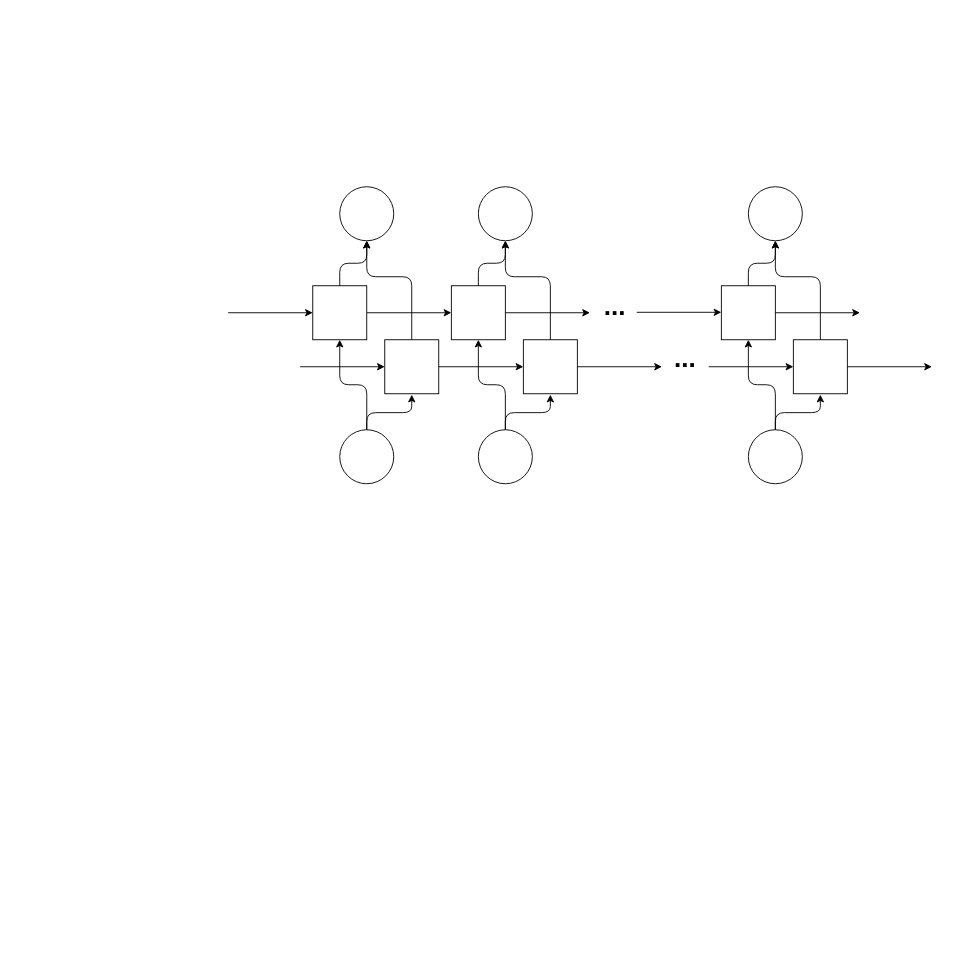
ByronGe/ff keeps this draw.io diagram as BLSTM示意图.drawio. Above is the earlier version. Source tidied: cells renumbered, new cells numbered last; positions are measured from the earlier drawing's top-left corner, leaving out a move shared by most shapes. Both pictures are drawn from the tidied source at 90%, with x=0, y=0 at pixel (228, 186).
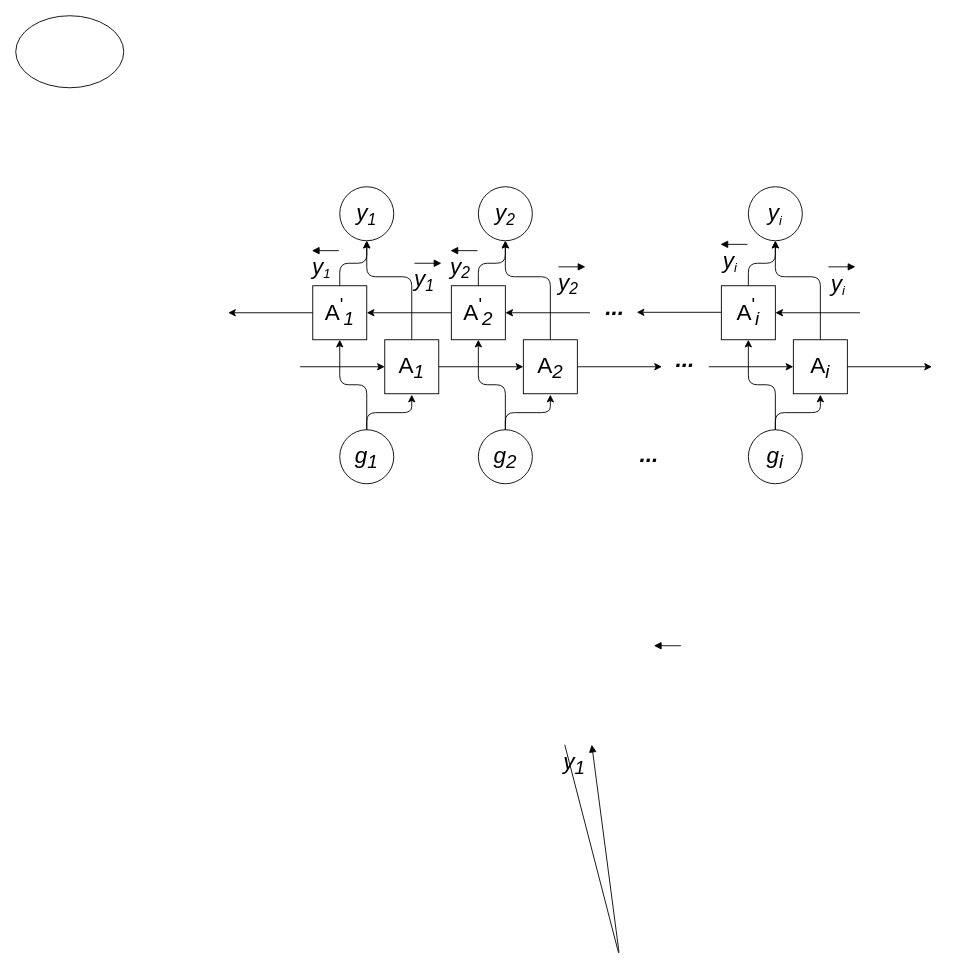
The same page after the edit.

Change to the diagram source:
```diff
@@
+    <mxCell id="38" style="html=1;verticalAlign=bottom;endArrow=block;fontSize=25;" parent="1" edge="1">
+      <mxGeometry relative="1" as="geometry">
+        <mxPoint x="207" y="85" as="sourcePoint" />
+        <mxPoint x="237" y="85" as="targetPoint" />
+      </mxGeometry>
+    </mxCell>
-    <mxCell id="2" style="ellipse;whiteSpace=wrap;html=1;" parent="1" vertex="1">
+    <mxCell id="2" value="g&lt;sub&gt;1&lt;/sub&gt;" style="ellipse;whiteSpace=wrap;html=1;fontSize=25;fontStyle=2;" parent="1" vertex="1">
       <mxGeometry x="124" y="270" width="60" height="60" as="geometry" />
     </mxCell>
-    <mxCell id="3" style="edgeStyle=orthogonalEdgeStyle;rounded=0;jettySize=auto;html=1;entryX=0;entryY=0.5;entryDx=0;entryDy=0;" parent="1" edge="1" source="4" target="12">
+    <mxCell id="3" style="edgeStyle=orthogonalEdgeStyle;rounded=0;jettySize=auto;html=1;fontSize=25;fontStyle=2;exitX=0;exitY=0.5;exitDx=0;exitDy=0;" parent="1" edge="1" source="12" target="4">
       <mxGeometry relative="1" as="geometry" />
     </mxCell>
-    <mxCell id="4" style="whiteSpace=wrap;html=1;" parent="1" vertex="1">
+    <mxCell id="4" style="whiteSpace=wrap;html=1;fontSize=25;fontStyle=2;" parent="1" vertex="1">
       <mxGeometry x="94" y="110" width="60" height="60" as="geometry" />
     </mxCell>
-    <mxCell id="5" style="whiteSpace=wrap;html=1;" parent="1" vertex="1">
+    <mxCell id="5" style="whiteSpace=wrap;html=1;fontSize=25;fontStyle=2;" parent="1" vertex="1">
       <mxGeometry x="174" y="170" width="60" height="60" as="geometry" />
     </mxCell>
-    <mxCell id="6" style="edgeStyle=elbowEdgeStyle;elbow=vertical;endArrow=classic;html=1;" parent="1" edge="1">
+    <mxCell id="6" style="edgeStyle=elbowEdgeStyle;elbow=vertical;endArrow=classic;html=1;fontSize=25;fontStyle=2;" parent="1" edge="1">
       <mxGeometry relative="1" as="geometry">
         <mxPoint x="154" y="270" as="sourcePoint" />
         <mxPoint x="204" y="231" as="targetPoint" />
       </mxGeometry>
     </mxCell>
-    <mxCell id="7" style="edgeStyle=elbowEdgeStyle;elbow=vertical;endArrow=classic;html=1;" parent="1" edge="1">
+    <mxCell id="7" style="edgeStyle=elbowEdgeStyle;elbow=vertical;endArrow=classic;html=1;fontSize=25;fontStyle=2;" parent="1" edge="1">
       <mxGeometry relative="1" as="geometry">
         <mxPoint x="154" y="270" as="sourcePoint" />
         <mxPoint x="124" y="170" as="targetPoint" />
       </mxGeometry>
     </mxCell>
-    <mxCell id="8" style="edgeStyle=elbowEdgeStyle;elbow=vertical;endArrow=classic;html=1;" parent="1" edge="1">
+    <mxCell id="8" style="edgeStyle=elbowEdgeStyle;elbow=vertical;endArrow=classic;html=1;fontSize=25;fontStyle=2;" parent="1" edge="1">
       <mxGeometry relative="1" as="geometry">
         <mxPoint x="124" y="110" as="sourcePoint" />
         <mxPoint x="154" y="60" as="targetPoint" />
       </mxGeometry>
     </mxCell>
-    <mxCell id="9" style="edgeStyle=elbowEdgeStyle;elbow=vertical;endArrow=classic;html=1;" parent="1" edge="1">
+    <mxCell id="9" style="edgeStyle=elbowEdgeStyle;elbow=vertical;endArrow=classic;html=1;fontSize=25;fontStyle=2;" parent="1" edge="1">
       <mxGeometry relative="1" as="geometry">
         <mxPoint x="204" y="170" as="sourcePoint" />
         <mxPoint x="154" y="60" as="targetPoint" />
         <Array as="points">
           <mxPoint x="184" y="100" />
         </Array>
       </mxGeometry>
     </mxCell>
-    <mxCell id="10" style="ellipse;whiteSpace=wrap;html=1;" parent="1" vertex="1">
+    <mxCell id="10" style="ellipse;whiteSpace=wrap;html=1;fontSize=25;fontStyle=2;" parent="1" vertex="1">
       <mxGeometry x="124" width="60" height="60" as="geometry" />
     </mxCell>
-    <mxCell id="11" style="ellipse;whiteSpace=wrap;html=1;" parent="1" vertex="1">
+    <mxCell id="11" value="g&lt;sub&gt;2&lt;/sub&gt;" style="ellipse;whiteSpace=wrap;html=1;fontSize=25;fontStyle=2;" parent="1" vertex="1">
       <mxGeometry x="278" y="270" width="60" height="60" as="geometry" />
     </mxCell>
-    <mxCell id="12" style="whiteSpace=wrap;html=1;" parent="1" vertex="1">
+    <mxCell id="12" style="whiteSpace=wrap;html=1;fontSize=25;fontStyle=2;" parent="1" vertex="1">
       <mxGeometry x="248" y="110" width="60" height="60" as="geometry" />
     </mxCell>
-    <mxCell id="13" style="whiteSpace=wrap;html=1;" parent="1" vertex="1">
+    <mxCell id="13" style="whiteSpace=wrap;html=1;fontSize=25;fontStyle=2;" parent="1" vertex="1">
       <mxGeometry x="328" y="170" width="60" height="60" as="geometry" />
     </mxCell>
-    <mxCell id="14" style="edgeStyle=elbowEdgeStyle;elbow=vertical;endArrow=classic;html=1;" parent="1" edge="1">
+    <mxCell id="14" style="edgeStyle=elbowEdgeStyle;elbow=vertical;endArrow=classic;html=1;fontSize=25;fontStyle=2;" parent="1" edge="1">
       <mxGeometry relative="1" as="geometry">
         <mxPoint x="308" y="270" as="sourcePoint" />
         <mxPoint x="358" y="231" as="targetPoint" />
       </mxGeometry>
     </mxCell>
-    <mxCell id="15" style="edgeStyle=elbowEdgeStyle;elbow=vertical;endArrow=classic;html=1;" parent="1" edge="1">
+    <mxCell id="15" style="edgeStyle=elbowEdgeStyle;elbow=vertical;endArrow=classic;html=1;fontSize=25;fontStyle=2;" parent="1" edge="1">
       <mxGeometry relative="1" as="geometry">
         <mxPoint x="308" y="270" as="sourcePoint" />
         <mxPoint x="278" y="170" as="targetPoint" />
       </mxGeometry>
     </mxCell>
-    <mxCell id="16" style="edgeStyle=elbowEdgeStyle;elbow=vertical;endArrow=classic;html=1;" parent="1" edge="1">
+    <mxCell id="16" style="edgeStyle=elbowEdgeStyle;elbow=vertical;endArrow=classic;html=1;fontSize=25;fontStyle=2;" parent="1" edge="1">
       <mxGeometry relative="1" as="geometry">
         <mxPoint x="278" y="110" as="sourcePoint" />
         <mxPoint x="308" y="60" as="targetPoint" />
       </mxGeometry>
     </mxCell>
-    <mxCell id="17" style="edgeStyle=elbowEdgeStyle;elbow=vertical;endArrow=classic;html=1;" parent="1" edge="1">
+    <mxCell id="17" style="edgeStyle=elbowEdgeStyle;elbow=vertical;endArrow=classic;html=1;fontSize=25;fontStyle=2;" parent="1" edge="1">
       <mxGeometry relative="1" as="geometry">
         <mxPoint x="358" y="170" as="sourcePoint" />
         <mxPoint x="308" y="60" as="targetPoint" />
         <Array as="points">
           <mxPoint x="338" y="100" />
         </Array>
       </mxGeometry>
     </mxCell>
-    <mxCell id="18" style="ellipse;whiteSpace=wrap;html=1;" parent="1" vertex="1">
+    <mxCell id="18" style="ellipse;whiteSpace=wrap;html=1;fontSize=25;fontStyle=2;" parent="1" vertex="1">
       <mxGeometry x="278" width="60" height="60" as="geometry" />
     </mxCell>
-    <mxCell id="19" style="endArrow=classic;html=1;exitX=1;exitY=0.5;exitDx=0;exitDy=0;entryX=0;entryY=0.5;entryDx=0;entryDy=0;" parent="1" edge="1" source="5" target="13">
+    <mxCell id="19" style="endArrow=classic;html=1;exitX=1;exitY=0.5;exitDx=0;exitDy=0;entryX=0;entryY=0.5;entryDx=0;entryDy=0;fontSize=25;fontStyle=2;" parent="1" edge="1" source="5" target="13">
       <mxGeometry relative="1" as="geometry" />
     </mxCell>
-    <mxCell id="20" style="endArrow=classic;html=1;exitX=1;exitY=0.5;exitDx=0;exitDy=0;entryX=0;entryY=0.5;entryDx=0;entryDy=0;" parent="1" edge="1">
+    <mxCell id="20" style="endArrow=classic;html=1;exitX=1;exitY=0.5;exitDx=0;exitDy=0;entryX=0;entryY=0.5;entryDx=0;entryDy=0;fontSize=25;fontStyle=2;" parent="1" edge="1">
       <mxGeometry relative="1" as="geometry">
         <mxPoint x="388" y="200" as="sourcePoint" />
         <mxPoint x="482" y="200" as="targetPoint" />
       </mxGeometry>
     </mxCell>
-    <mxCell id="21" style="endArrow=classic;html=1;exitX=1;exitY=0.5;exitDx=0;exitDy=0;entryX=0;entryY=0.5;entryDx=0;entryDy=0;" parent="1" edge="1">
+    <mxCell id="21" style="endArrow=classic;html=1;exitX=1;exitY=0.5;exitDx=0;exitDy=0;entryX=0;entryY=0.5;entryDx=0;entryDy=0;fontSize=25;fontStyle=2;" parent="1" edge="1">
       <mxGeometry relative="1" as="geometry">
-        <mxPoint x="308" y="140" as="sourcePoint" />
-        <mxPoint x="402" y="140" as="targetPoint" />
+        <mxPoint x="402" y="140" as="sourcePoint" />
+        <mxPoint x="308" y="140" as="targetPoint" />
       </mxGeometry>
     </mxCell>
-    <mxCell id="22" style="ellipse;whiteSpace=wrap;html=1;" parent="1" vertex="1">
+    <mxCell id="22" value="g&lt;sub&gt;i&lt;/sub&gt;" style="ellipse;whiteSpace=wrap;html=1;fontSize=25;fontStyle=2;" parent="1" vertex="1">
       <mxGeometry x="578" y="270" width="60" height="60" as="geometry" />
     </mxCell>
-    <mxCell id="23" style="whiteSpace=wrap;html=1;" parent="1" vertex="1">
+    <mxCell id="23" style="whiteSpace=wrap;html=1;fontSize=25;fontStyle=2;" parent="1" vertex="1">
       <mxGeometry x="548" y="110" width="60" height="60" as="geometry" />
     </mxCell>
-    <mxCell id="24" style="whiteSpace=wrap;html=1;" parent="1" vertex="1">
+    <mxCell id="24" style="whiteSpace=wrap;html=1;fontSize=25;fontStyle=2;" parent="1" vertex="1">
       <mxGeometry x="628" y="170" width="60" height="60" as="geometry" />
     </mxCell>
-    <mxCell id="25" style="edgeStyle=elbowEdgeStyle;elbow=vertical;endArrow=classic;html=1;" parent="1" edge="1">
+    <mxCell id="25" style="edgeStyle=elbowEdgeStyle;elbow=vertical;endArrow=classic;html=1;fontSize=25;fontStyle=2;" parent="1" edge="1">
       <mxGeometry relative="1" as="geometry">
         <mxPoint x="608" y="270" as="sourcePoint" />
         <mxPoint x="658" y="231" as="targetPoint" />
       </mxGeometry>
     </mxCell>
-    <mxCell id="26" style="edgeStyle=elbowEdgeStyle;elbow=vertical;endArrow=classic;html=1;" parent="1" edge="1">
+    <mxCell id="26" style="edgeStyle=elbowEdgeStyle;elbow=vertical;endArrow=classic;html=1;fontSize=25;fontStyle=2;" parent="1" edge="1">
       <mxGeometry relative="1" as="geometry">
         <mxPoint x="608" y="270" as="sourcePoint" />
         <mxPoint x="578" y="170" as="targetPoint" />
       </mxGeometry>
     </mxCell>
-    <mxCell id="27" style="edgeStyle=elbowEdgeStyle;elbow=vertical;endArrow=classic;html=1;" parent="1" edge="1">
+    <mxCell id="27" style="edgeStyle=elbowEdgeStyle;elbow=vertical;endArrow=classic;html=1;fontSize=25;fontStyle=2;" parent="1" edge="1">
       <mxGeometry relative="1" as="geometry">
         <mxPoint x="578" y="110" as="sourcePoint" />
         <mxPoint x="608" y="60" as="targetPoint" />
       </mxGeometry>
     </mxCell>
-    <mxCell id="28" style="edgeStyle=elbowEdgeStyle;elbow=vertical;endArrow=classic;html=1;" parent="1" edge="1">
+    <mxCell id="28" style="edgeStyle=elbowEdgeStyle;elbow=vertical;endArrow=classic;html=1;fontSize=25;fontStyle=2;" parent="1" edge="1">
       <mxGeometry relative="1" as="geometry">
         <mxPoint x="658" y="170" as="sourcePoint" />
         <mxPoint x="608" y="60" as="targetPoint" />
         <Array as="points">
           <mxPoint x="638" y="100" />
         </Array>
       </mxGeometry>
     </mxCell>
-    <mxCell id="29" style="ellipse;whiteSpace=wrap;html=1;" parent="1" vertex="1">
+    <mxCell id="29" style="ellipse;whiteSpace=wrap;html=1;fontSize=25;fontStyle=2;" parent="1" vertex="1">
       <mxGeometry x="578" width="60" height="60" as="geometry" />
     </mxCell>
-    <mxCell id="30" style="endArrow=classic;html=1;exitX=1;exitY=0.5;exitDx=0;exitDy=0;entryX=0;entryY=0.5;entryDx=0;entryDy=0;" parent="1" edge="1" target="24">
+    <mxCell id="30" style="endArrow=classic;html=1;exitX=1;exitY=0.5;exitDx=0;exitDy=0;entryX=0;entryY=0.5;entryDx=0;entryDy=0;fontSize=25;fontStyle=2;" parent="1" edge="1" target="24">
       <mxGeometry relative="1" as="geometry">
         <mxPoint x="534" y="200" as="sourcePoint" />
       </mxGeometry>
     </mxCell>
-    <mxCell id="31" style="endArrow=classic;html=1;exitX=1;exitY=0.5;exitDx=0;exitDy=0;entryX=0;entryY=0.5;entryDx=0;entryDy=0;" parent="1" edge="1">
+    <mxCell id="31" style="endArrow=classic;html=1;exitX=1;exitY=0.5;exitDx=0;exitDy=0;entryX=0;entryY=0.5;entryDx=0;entryDy=0;fontSize=25;fontStyle=2;" parent="1" edge="1">
       <mxGeometry relative="1" as="geometry">
         <mxPoint x="688" y="200" as="sourcePoint" />
         <mxPoint x="782" y="200" as="targetPoint" />
       </mxGeometry>
     </mxCell>
-    <mxCell id="32" style="endArrow=classic;html=1;exitX=1;exitY=0.5;exitDx=0;exitDy=0;entryX=0;entryY=0.5;entryDx=0;entryDy=0;" parent="1" edge="1">
+    <mxCell id="32" style="endArrow=classic;html=1;exitX=1;exitY=0.5;exitDx=0;exitDy=0;entryX=0;entryY=0.5;entryDx=0;entryDy=0;fontSize=25;fontStyle=2;" parent="1" edge="1">
       <mxGeometry relative="1" as="geometry">
-        <mxPoint x="608" y="140" as="sourcePoint" />
-        <mxPoint x="702" y="140" as="targetPoint" />
+        <mxPoint x="702" y="140" as="sourcePoint" />
+        <mxPoint x="608" y="140" as="targetPoint" />
       </mxGeometry>
     </mxCell>
-    <mxCell id="33" style="endArrow=classic;html=1;exitX=1;exitY=0.5;exitDx=0;exitDy=0;entryX=0;entryY=0.5;entryDx=0;entryDy=0;" parent="1" edge="1">
+    <mxCell id="33" style="endArrow=classic;html=1;exitX=1;exitY=0.5;exitDx=0;exitDy=0;entryX=0;entryY=0.5;entryDx=0;entryDy=0;fontSize=25;fontStyle=2;" parent="1" edge="1">
       <mxGeometry relative="1" as="geometry">
-        <mxPoint x="454" y="139.5" as="sourcePoint" />
-        <mxPoint x="548" y="139.5" as="targetPoint" />
+        <mxPoint x="548" y="139.5" as="sourcePoint" />
+        <mxPoint x="454" y="139.5" as="targetPoint" />
       </mxGeometry>
     </mxCell>
-    <mxCell id="34" value="&lt;b&gt;&lt;font style=&quot;font-size: 29px&quot;&gt;...&lt;/font&gt;&lt;/b&gt;" style="text;html=1;strokeColor=none;fillColor=none;align=center;verticalAlign=middle;whiteSpace=wrap;rounded=0;" parent="1" vertex="1">
+    <mxCell id="34" value="&lt;b style=&quot;font-size: 25px;&quot;&gt;&lt;font style=&quot;font-size: 25px;&quot;&gt;...&lt;/font&gt;&lt;/b&gt;" style="text;html=1;strokeColor=none;fillColor=none;align=center;verticalAlign=middle;whiteSpace=wrap;rounded=0;fontSize=25;fontStyle=2;" parent="1" vertex="1">
       <mxGeometry x="503" y="190" width="10" as="geometry" />
     </mxCell>
-    <mxCell id="35" value="&lt;b&gt;&lt;font style=&quot;font-size: 29px&quot;&gt;...&lt;/font&gt;&lt;/b&gt;" style="text;html=1;strokeColor=none;fillColor=none;align=center;verticalAlign=middle;whiteSpace=wrap;rounded=0;" parent="1" vertex="1">
+    <mxCell id="35" value="&lt;b style=&quot;font-size: 25px;&quot;&gt;&lt;font style=&quot;font-size: 25px;&quot;&gt;...&lt;/font&gt;&lt;/b&gt;" style="text;html=1;strokeColor=none;fillColor=none;align=center;verticalAlign=middle;whiteSpace=wrap;rounded=0;fontSize=25;fontStyle=2;" parent="1" vertex="1">
       <mxGeometry x="425" y="132" width="10" as="geometry" />
     </mxCell>
-    <mxCell id="36" style="endArrow=classic;html=1;exitX=1;exitY=0.5;exitDx=0;exitDy=0;entryX=0;entryY=0.5;entryDx=0;entryDy=0;" parent="1" edge="1">
+    <mxCell id="36" style="endArrow=classic;html=1;exitX=1;exitY=0.5;exitDx=0;exitDy=0;entryX=0;entryY=0.5;entryDx=0;entryDy=0;fontSize=25;fontStyle=2;" parent="1" edge="1">
       <mxGeometry relative="1" as="geometry">
         <mxPoint x="80" y="200" as="sourcePoint" />
         <mxPoint x="174" y="200" as="targetPoint" />
       </mxGeometry>
     </mxCell>
-    <mxCell id="37" style="edgeStyle=orthogonalEdgeStyle;rounded=0;orthogonalLoop=1;jettySize=auto;html=1;entryX=0;entryY=0.5;entryDx=0;entryDy=0;" parent="1" edge="1">
+    <mxCell id="37" style="edgeStyle=orthogonalEdgeStyle;rounded=0;orthogonalLoop=1;jettySize=auto;html=1;entryX=0;entryY=0.5;entryDx=0;entryDy=0;fontSize=25;fontStyle=2;" parent="1" edge="1">
       <mxGeometry relative="1" as="geometry">
-        <mxPoint y="140" as="sourcePoint" />
-        <mxPoint x="94" y="140" as="targetPoint" />
+        <mxPoint x="94" y="140" as="sourcePoint" />
+        <mxPoint y="140" as="targetPoint" />
       </mxGeometry>
     </mxCell>
+    <mxCell id="39" style="html=1;verticalAlign=bottom;endArrow=block;fontSize=25;" parent="1" edge="1">
+      <mxGeometry relative="1" as="geometry">
+        <mxPoint x="374" y="620" as="sourcePoint" />
+        <mxPoint x="404" y="620" as="targetPoint" />
+        <Array as="points">
+          <mxPoint x="435" y="856" />
+        </Array>
+      </mxGeometry>
+    </mxCell>
+    <mxCell id="40" value="&lt;i&gt;y&lt;sub&gt;1&lt;/sub&gt;&lt;/i&gt;" style="text;html=1;strokeColor=none;fillColor=none;align=center;verticalAlign=middle;whiteSpace=wrap;rounded=0;fontSize=25;" parent="1" vertex="1">
+      <mxGeometry x="365" y="630" width="40" height="20" as="geometry" />
+    </mxCell>
+    <mxCell id="41" style="html=1;verticalAlign=bottom;endArrow=block;fontSize=25;" parent="1" edge="1">
+      <mxGeometry relative="1" as="geometry">
+        <mxPoint x="503" y="510" as="sourcePoint" />
+        <mxPoint x="473" y="510" as="targetPoint" />
+      </mxGeometry>
+    </mxCell>
+    <mxCell id="42" value="&lt;i&gt;y&lt;span style=&quot;font-size: 20.8333px&quot;&gt;&lt;sub&gt;2&lt;/sub&gt;&lt;/span&gt;&lt;/i&gt;" style="text;html=1;strokeColor=none;fillColor=none;align=center;verticalAlign=middle;whiteSpace=wrap;rounded=0;fontSize=25;" parent="1" vertex="1">
+      <mxGeometry x="288" y="20" width="40" height="20" as="geometry" />
+    </mxCell>
+    <mxCell id="43" style="html=1;verticalAlign=bottom;endArrow=block;fontSize=25;" parent="1" edge="1">
+      <mxGeometry relative="1" as="geometry">
+        <mxPoint x="367" y="89" as="sourcePoint" />
+        <mxPoint x="397" y="89" as="targetPoint" />
+      </mxGeometry>
+    </mxCell>
+    <mxCell id="44" value="&lt;i&gt;y&lt;span style=&quot;font-size: 20.8333px&quot;&gt;&lt;sub&gt;2&lt;/sub&gt;&lt;/span&gt;&lt;/i&gt;" style="text;html=1;strokeColor=none;fillColor=none;align=center;verticalAlign=middle;whiteSpace=wrap;rounded=0;fontSize=25;" parent="1" vertex="1">
+      <mxGeometry x="358" y="97" width="40" height="20" as="geometry" />
+    </mxCell>
+    <mxCell id="45" style="html=1;verticalAlign=bottom;endArrow=block;fontSize=25;" parent="1" edge="1">
+      <mxGeometry relative="1" as="geometry">
+        <mxPoint x="667" y="89" as="sourcePoint" />
+        <mxPoint x="697" y="89" as="targetPoint" />
+      </mxGeometry>
+    </mxCell>
+    <mxCell id="46" value="&lt;i&gt;y&lt;span style=&quot;font-size: 17.3611px&quot;&gt;&lt;sub&gt;i&lt;/sub&gt;&lt;/span&gt;&lt;/i&gt;" style="text;html=1;strokeColor=none;fillColor=none;align=center;verticalAlign=middle;whiteSpace=wrap;rounded=0;fontSize=25;" parent="1" vertex="1">
+      <mxGeometry x="658" y="97" width="40" height="22" as="geometry" />
+    </mxCell>
+    <mxCell id="47" value="&lt;i&gt;y&lt;span style=&quot;font-size: 20.8333px&quot;&gt;&lt;sub&gt;1&lt;/sub&gt;&lt;/span&gt;&lt;/i&gt;" style="text;html=1;strokeColor=none;fillColor=none;align=center;verticalAlign=middle;whiteSpace=wrap;rounded=0;fontSize=25;" parent="1" vertex="1">
+      <mxGeometry x="198" y="93" width="40" height="20" as="geometry" />
+    </mxCell>
+    <mxCell id="48" style="html=1;verticalAlign=bottom;endArrow=block;fontSize=25;" parent="1" edge="1">
+      <mxGeometry relative="1" as="geometry">
+        <mxPoint x="277" y="71" as="sourcePoint" />
+        <mxPoint x="247" y="71" as="targetPoint" />
+      </mxGeometry>
+    </mxCell>
+    <mxCell id="49" value="&lt;i&gt;y&lt;span style=&quot;font-size: 20.8333px&quot;&gt;&lt;sub&gt;2&lt;/sub&gt;&lt;/span&gt;&lt;/i&gt;" style="text;html=1;strokeColor=none;fillColor=none;align=center;verticalAlign=middle;whiteSpace=wrap;rounded=0;fontSize=25;" parent="1" vertex="1">
+      <mxGeometry x="238" y="79" width="40" height="20" as="geometry" />
+    </mxCell>
+    <mxCell id="50" style="html=1;verticalAlign=bottom;endArrow=block;fontSize=25;" parent="1" edge="1">
+      <mxGeometry relative="1" as="geometry">
+        <mxPoint x="123" y="71" as="sourcePoint" />
+        <mxPoint x="93" y="71" as="targetPoint" />
+      </mxGeometry>
+    </mxCell>
+    <mxCell id="51" value="&lt;i&gt;y&lt;span style=&quot;font-size: 17.3611px&quot;&gt;&lt;sub&gt;1&lt;/sub&gt;&lt;/span&gt;&lt;/i&gt;" style="text;html=1;strokeColor=none;fillColor=none;align=center;verticalAlign=middle;whiteSpace=wrap;rounded=0;fontSize=25;" parent="1" vertex="1">
+      <mxGeometry x="84" y="79" width="40" height="20" as="geometry" />
+    </mxCell>
+    <mxCell id="52" style="html=1;verticalAlign=bottom;endArrow=block;fontSize=25;" parent="1" edge="1">
+      <mxGeometry relative="1" as="geometry">
+        <mxPoint x="577" y="64" as="sourcePoint" />
+        <mxPoint x="547" y="64" as="targetPoint" />
+      </mxGeometry>
+    </mxCell>
+    <mxCell id="53" value="&lt;i&gt;y&lt;span style=&quot;font-size: 17.3611px&quot;&gt;&lt;sub&gt;i&lt;/sub&gt;&lt;/span&gt;&lt;/i&gt;" style="text;html=1;strokeColor=none;fillColor=none;align=center;verticalAlign=middle;whiteSpace=wrap;rounded=0;fontSize=25;" parent="1" vertex="1">
+      <mxGeometry x="538" y="72" width="40" height="22" as="geometry" />
+    </mxCell>
+    <mxCell id="54" value="&lt;i&gt;y&lt;span style=&quot;font-size: 17.3611px&quot;&gt;&lt;sub&gt;i&lt;/sub&gt;&lt;/span&gt;&lt;/i&gt;" style="text;html=1;strokeColor=none;fillColor=none;align=center;verticalAlign=middle;whiteSpace=wrap;rounded=0;fontSize=25;" parent="1" vertex="1">
+      <mxGeometry x="588" y="20" width="40" height="20" as="geometry" />
+    </mxCell>
+    <mxCell id="55" value="&lt;i&gt;y&lt;span style=&quot;font-size: 20.8333px&quot;&gt;&lt;sub&gt;1&lt;/sub&gt;&lt;/span&gt;&lt;/i&gt;" style="text;html=1;strokeColor=none;fillColor=none;align=center;verticalAlign=middle;whiteSpace=wrap;rounded=0;fontSize=25;" parent="1" vertex="1">
+      <mxGeometry x="134" y="20" width="40" height="20" as="geometry" />
+    </mxCell>
+    <mxCell id="56" value="A&lt;sub&gt;&lt;i&gt;i&lt;/i&gt;&lt;/sub&gt;" style="text;html=1;strokeColor=none;fillColor=none;align=center;verticalAlign=middle;whiteSpace=wrap;rounded=0;fontSize=25;" parent="1" vertex="1">
+      <mxGeometry x="638" y="190" width="40" height="20" as="geometry" />
+    </mxCell>
+    <mxCell id="57" value="A&lt;sub&gt;&lt;i&gt;2&lt;/i&gt;&lt;/sub&gt;" style="text;html=1;strokeColor=none;fillColor=none;align=center;verticalAlign=middle;whiteSpace=wrap;rounded=0;fontSize=25;" parent="1" vertex="1">
+      <mxGeometry x="338" y="190" width="40" height="20" as="geometry" />
+    </mxCell>
+    <mxCell id="58" value="A&lt;sub&gt;&lt;i&gt;1&lt;/i&gt;&lt;/sub&gt;" style="text;html=1;strokeColor=none;fillColor=none;align=center;verticalAlign=middle;whiteSpace=wrap;rounded=0;fontSize=25;" parent="1" vertex="1">
+      <mxGeometry x="184" y="190" width="40" height="20" as="geometry" />
+    </mxCell>
+    <mxCell id="59" value="A&lt;sup&gt;'&lt;/sup&gt;&lt;sub&gt;&lt;i&gt;2&lt;/i&gt;&lt;/sub&gt;" style="text;html=1;strokeColor=none;fillColor=none;align=center;verticalAlign=middle;whiteSpace=wrap;rounded=0;fontSize=25;" parent="1" vertex="1">
+      <mxGeometry x="258" y="130" width="40" height="20" as="geometry" />
+    </mxCell>
+    <mxCell id="60" value="A&lt;sup&gt;'&lt;/sup&gt;&lt;sub&gt;&lt;i&gt;1&lt;/i&gt;&lt;/sub&gt;" style="text;html=1;strokeColor=none;fillColor=none;align=center;verticalAlign=middle;whiteSpace=wrap;rounded=0;fontSize=25;" parent="1" vertex="1">
+      <mxGeometry x="104" y="130" width="40" height="20" as="geometry" />
+    </mxCell>
+    <mxCell id="61" value="A&lt;sup&gt;'&lt;/sup&gt;&lt;sub&gt;&lt;i&gt;i&lt;/i&gt;&lt;/sub&gt;" style="text;html=1;strokeColor=none;fillColor=none;align=center;verticalAlign=middle;whiteSpace=wrap;rounded=0;fontSize=25;" parent="1" vertex="1">
+      <mxGeometry x="558" y="130" width="40" height="20" as="geometry" />
+    </mxCell>
+    <mxCell id="62" style="ellipse;whiteSpace=wrap;html=1;fontSize=25;" parent="1" vertex="1">
+      <mxGeometry x="-236" y="-190" width="120" height="80" as="geometry" />
+    </mxCell>
+    <mxCell id="63" value="&lt;b style=&quot;font-size: 25px;&quot;&gt;&lt;font style=&quot;font-size: 25px;&quot;&gt;...&lt;/font&gt;&lt;/b&gt;" style="text;html=1;strokeColor=none;fillColor=none;align=center;verticalAlign=middle;whiteSpace=wrap;rounded=0;fontSize=25;fontStyle=2;" parent="1" vertex="1">
+      <mxGeometry x="463" y="295" width="10" as="geometry" />
+    </mxCell>
```
